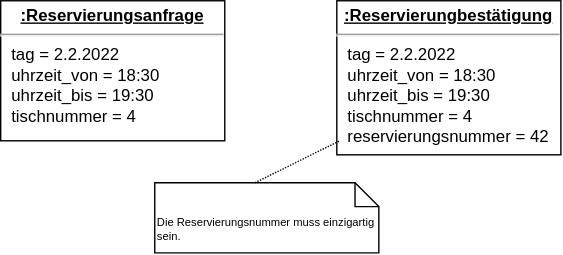
This is diagramme/UML-Object_2_TischReservieren.drawio.svg from gsoTH/tischreservierung, a draw.io export, as it was before one commit. Source tidied: cells renumbered, new cells last; positions are measured from the earlier drawing's top-left corner, leaving out a move shared by most shapes.
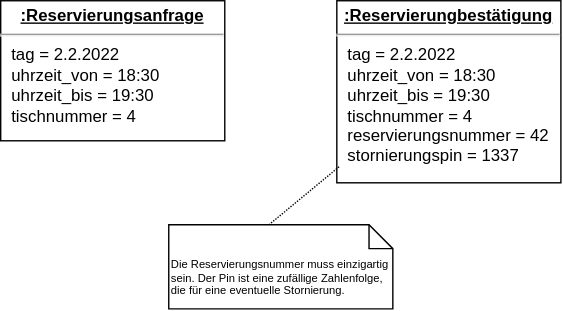
The same diagram one commit later.

Commit message:
Stornierungspin hinzugefügt

The edit, as a diff of the source:
```diff
@@ -2,14 +2,14 @@
   <root>
     <mxCell id="0" />
     <mxCell id="1" parent="0" />
-    <mxCell id="2" value="&lt;p style=&quot;margin:0px;margin-top:4px;text-align:center;text-decoration:underline;&quot;&gt;&lt;b&gt;:Reservierungbestätigung&lt;br&gt;&lt;/b&gt;&lt;/p&gt;&lt;hr&gt;&lt;p style=&quot;margin:0px;margin-left:8px;&quot;&gt;tag = 2.2.2022&lt;br&gt;uhrzeit_von = 18:30&lt;/p&gt;&lt;p style=&quot;margin:0px;margin-left:8px;&quot;&gt;uhrzeit_bis = 19:30&lt;/p&gt;&lt;p style=&quot;margin:0px;margin-left:8px;&quot;&gt;tischnummer = 4&lt;/p&gt;&lt;p style=&quot;margin:0px;margin-left:8px;&quot;&gt;reservierungsnummer = 42&lt;br&gt;&lt;/p&gt;" style="verticalAlign=top;align=left;overflow=fill;fontSize=12;fontFamily=Helvetica;html=1;" parent="1" vertex="1">
-      <mxGeometry x="240" width="160" height="110" as="geometry" />
+    <mxCell id="2" value="&lt;p style=&quot;margin:0px;margin-top:4px;text-align:center;text-decoration:underline;&quot;&gt;&lt;b&gt;:Reservierungbestätigung&lt;br&gt;&lt;/b&gt;&lt;/p&gt;&lt;hr&gt;&lt;p style=&quot;margin:0px;margin-left:8px;&quot;&gt;tag = 2.2.2022&lt;br&gt;uhrzeit_von = 18:30&lt;/p&gt;&lt;p style=&quot;margin:0px;margin-left:8px;&quot;&gt;uhrzeit_bis = 19:30&lt;/p&gt;&lt;p style=&quot;margin:0px;margin-left:8px;&quot;&gt;tischnummer = 4&lt;/p&gt;&lt;p style=&quot;margin:0px;margin-left:8px;&quot;&gt;reservierungsnummer = 42&lt;/p&gt;&lt;p style=&quot;margin:0px;margin-left:8px;&quot;&gt;stornierungspin = 1337&lt;br&gt;&lt;/p&gt;" style="verticalAlign=top;align=left;overflow=fill;fontSize=12;fontFamily=Helvetica;html=1;" parent="1" vertex="1">
+      <mxGeometry x="240" width="160" height="130" as="geometry" />
     </mxCell>
     <mxCell id="3" value="&lt;p style=&quot;margin:0px;margin-top:4px;text-align:center;text-decoration:underline;&quot;&gt;&lt;b&gt;:Reservierungsanfrage&lt;br&gt;&lt;/b&gt;&lt;/p&gt;&lt;hr&gt;&lt;p style=&quot;margin:0px;margin-left:8px;&quot;&gt;tag = 2.2.2022&lt;br&gt;uhrzeit_von = 18:30&lt;/p&gt;&lt;p style=&quot;margin:0px;margin-left:8px;&quot;&gt;uhrzeit_bis = 19:30&lt;/p&gt;&lt;p style=&quot;margin:0px;margin-left:8px;&quot;&gt;tischnummer = 4&lt;br&gt;&lt;/p&gt;" style="verticalAlign=top;align=left;overflow=fill;fontSize=12;fontFamily=Helvetica;html=1;" parent="1" vertex="1">
       <mxGeometry width="160" height="100" as="geometry" />
     </mxCell>
-    <mxCell id="4" value="Die Reservierungsnummer muss einzigartig sein." style="shape=note2;boundedLbl=1;whiteSpace=wrap;html=1;size=17;verticalAlign=top;align=left;labelPosition=center;verticalLabelPosition=middle;fontSize=8;" parent="1" vertex="1">
-      <mxGeometry x="110" y="130" width="160" height="50" as="geometry" />
+    <mxCell id="4" value="Die Reservierungsnummer muss einzigartig sein. Der Pin ist eine zufällige Zahlenfolge, die für eine eventuelle Stornierung. " style="shape=note2;boundedLbl=1;whiteSpace=wrap;html=1;size=17;verticalAlign=top;align=left;labelPosition=center;verticalLabelPosition=middle;fontSize=8;" parent="1" vertex="1">
+      <mxGeometry x="120" y="160" width="160" height="60" as="geometry" />
     </mxCell>
     <mxCell id="5" style="endArrow=none;dashed=1;html=1;rounded=0;fontSize=8;dashPattern=1 1;exitX=0;exitY=0;exitDx=71.5;exitDy=0;exitPerimeter=0;entryX=0.013;entryY=0.909;entryDx=0;entryDy=0;entryPerimeter=0;" parent="1" edge="1" source="4" target="2">
       <mxGeometry relative="1" as="geometry" />
```
